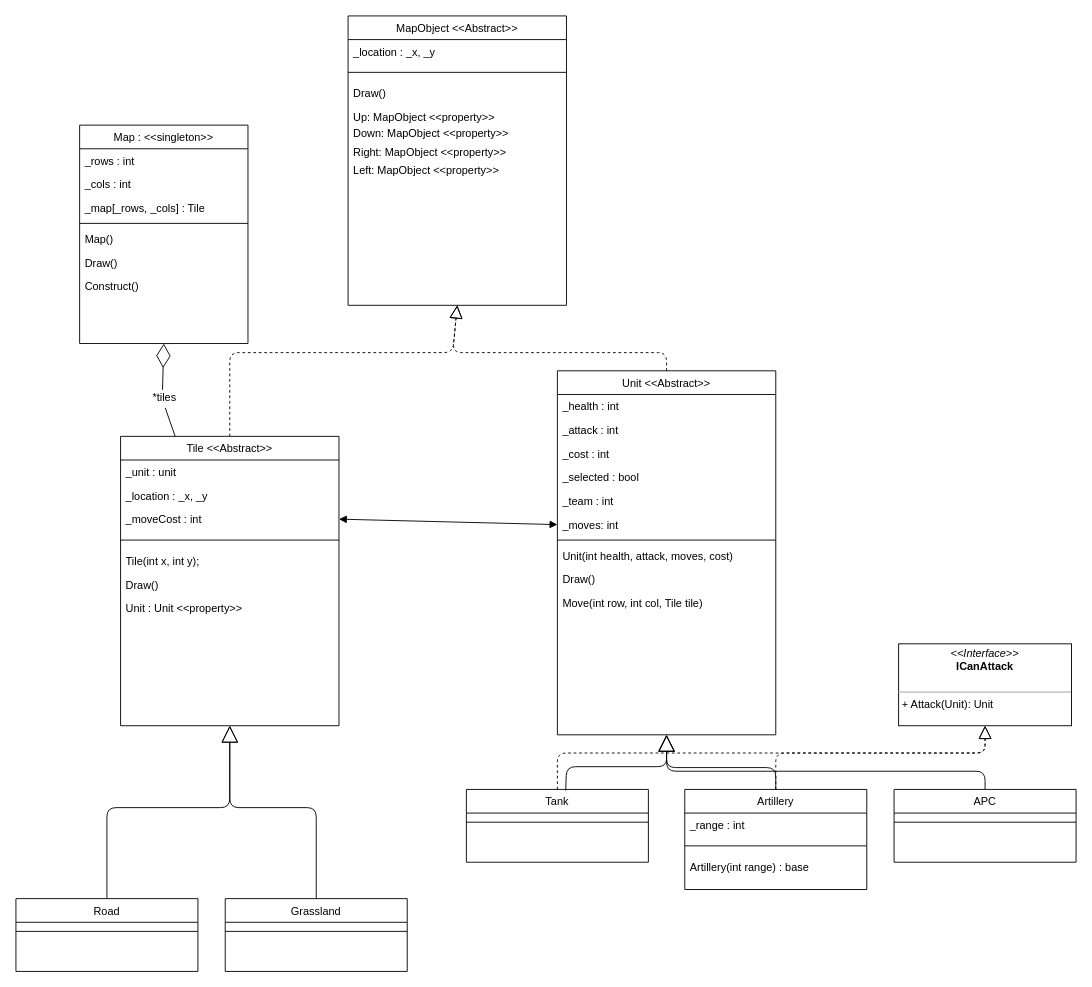
Earlier version of the draw.io diagram CreditTask6.2/AdvanceWarsUML.drawio (Panzer04/COS20007). Source tidied: cells renumbered, new cells numbered last; positions are measured from the earlier drawing's top-left corner, leaving out a move shared by most shapes. Both pictures are drawn from the tidied source at 91%, with x=0, y=0 at pixel (15, 15).
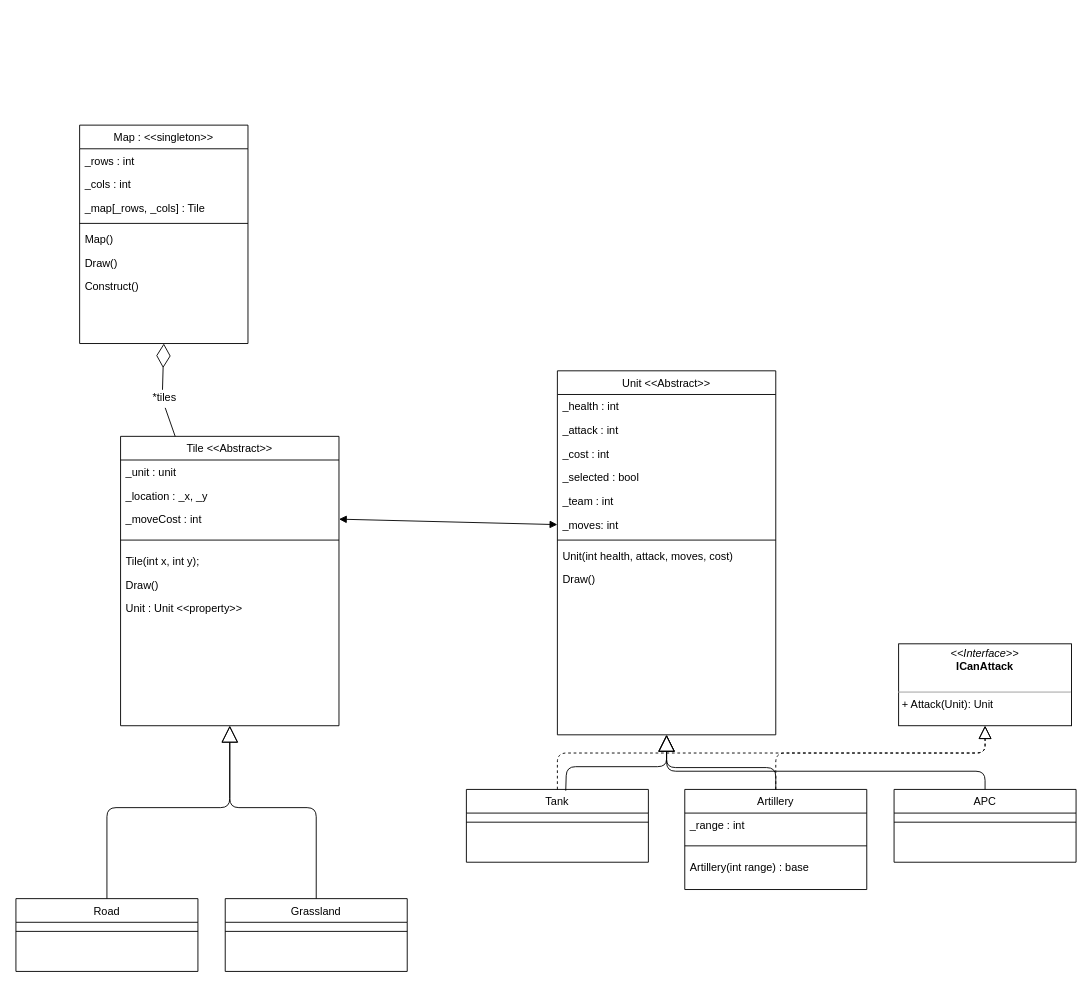
Above is the later version.

The change refers to these unchanged cells:
```xml
<mxCell id="10" value="Tile &lt;&lt;Abstract&gt;&gt;" style="swimlane;fontStyle=0;align=center;verticalAlign=top;horizontal=1;startSize=26;rounded=0;shadow=0;strokeWidth=1;" parent="1" vertex="1">
  <mxGeometry x="115" y="462" width="240" height="318" as="geometry" />
</mxCell>
<mxCell id="18" value="Unit &lt;&lt;Abstract&gt;&gt;" style="swimlane;fontStyle=0;align=center;verticalAlign=top;horizontal=1;startSize=26;rounded=0;shadow=0;strokeWidth=1;" parent="1" vertex="1">
  <mxGeometry x="595" y="390" width="240" height="400" as="geometry" />
</mxCell>
```

Change to the diagram source:
```diff
@@
-    <mxCell id="28" value="Move(int row, int col, Tile tile) " style="text;align=left;verticalAlign=top;spacingLeft=4;spacingRight=4;overflow=hidden;" parent="18" vertex="1">
-      <mxGeometry y="242" width="240" height="26" as="geometry" />
-    </mxCell>
@@
-    <mxCell id="53" style="endArrow=block;dashed=1;endFill=0;endSize=12;html=1;exitX=0.5;exitY=0;exitDx=0;exitDy=0;entryX=0.5;entryY=1;entryDx=0;entryDy=0;" parent="1" edge="1" source="10" target="55">
-      <mxGeometry relative="1" as="geometry">
-        <Array as="points">
-          <mxPoint x="235" y="370" />
-          <mxPoint x="480" y="370" />
-        </Array>
-      </mxGeometry>
-    </mxCell>
-    <mxCell id="54" style="endArrow=block;dashed=1;endFill=0;endSize=12;html=1;exitX=0.5;exitY=0;exitDx=0;exitDy=0;entryX=0.5;entryY=1;entryDx=0;entryDy=0;" parent="1" edge="1" source="18" target="55">
-      <mxGeometry relative="1" as="geometry">
-        <Array as="points">
-          <mxPoint x="715" y="370" />
-          <mxPoint x="480" y="370" />
-        </Array>
-      </mxGeometry>
-    </mxCell>
-    <mxCell id="55" value="MapObject &lt;&lt;Abstract&gt;&gt;" style="swimlane;fontStyle=0;align=center;verticalAlign=top;horizontal=1;startSize=26;rounded=0;shadow=0;strokeWidth=1;" parent="1" vertex="1">
-      <mxGeometry x="365" width="240" height="318" as="geometry" />
-    </mxCell>
-    <mxCell id="56" value="_location : _x, _y" style="text;align=left;verticalAlign=top;spacingLeft=4;spacingRight=4;overflow=hidden;rounded=0;shadow=0;html=0;" parent="55" vertex="1">
-      <mxGeometry y="26" width="240" height="26" as="geometry" />
-    </mxCell>
-    <mxCell id="57" style="line;html=1;strokeWidth=1;align=left;verticalAlign=middle;spacingTop=-1;spacingLeft=3;spacingRight=3;labelPosition=right;" parent="55" vertex="1">
-      <mxGeometry y="52" width="240" height="20" as="geometry" />
-    </mxCell>
-    <mxCell id="58" value="Draw()" style="text;align=left;verticalAlign=top;spacingLeft=4;spacingRight=4;overflow=hidden;rounded=0;shadow=0;html=0;" parent="55" vertex="1">
-      <mxGeometry y="72" width="240" height="26" as="geometry" />
-    </mxCell>
-    <mxCell id="59" value="Up: MapObject &lt;&lt;property&gt;&gt;" style="text;align=left;verticalAlign=top;spacingLeft=4;spacingRight=4;overflow=hidden;rounded=0;shadow=0;html=0;" parent="55" vertex="1">
-      <mxGeometry y="98" width="240" height="18" as="geometry" />
-    </mxCell>
-    <mxCell id="60" value="Down: MapObject &lt;&lt;property&gt;&gt;" style="text;align=left;verticalAlign=top;spacingLeft=4;spacingRight=4;overflow=hidden;rounded=0;shadow=0;html=0;" parent="55" vertex="1">
-      <mxGeometry y="116" width="240" height="20" as="geometry" />
-    </mxCell>
-    <mxCell id="61" value="Right: MapObject &lt;&lt;property&gt;&gt;" style="text;align=left;verticalAlign=top;spacingLeft=4;spacingRight=4;overflow=hidden;rounded=0;shadow=0;html=0;" parent="55" vertex="1">
-      <mxGeometry y="136" width="240" height="20" as="geometry" />
-    </mxCell>
-    <mxCell id="62" value="Left: MapObject &lt;&lt;property&gt;&gt;" style="text;align=left;verticalAlign=top;spacingLeft=4;spacingRight=4;overflow=hidden;rounded=0;shadow=0;html=0;" parent="55" vertex="1">
-      <mxGeometry y="156" width="240" height="20" as="geometry" />
-    </mxCell>
```
